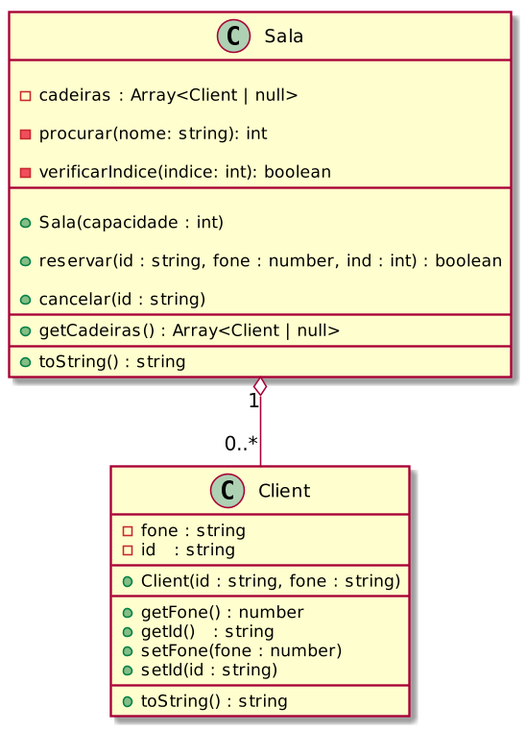
Earlier version of the PlantUML export base/cinema2/diagrama.png (qxcodepoo/arcade).
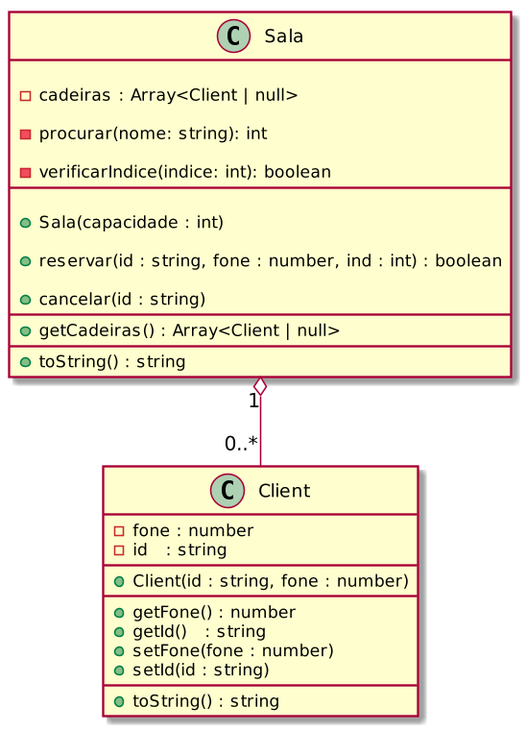
The same diagram one commit later.

Change to the diagram source:
```diff
@@ -4,10 +4,10 @@
 skinparam dpi 150
 
 class Client {
-  - fone : string
+  - fone : number
   - id   : string
   __
-  + Client(id : string, fone : string)
+  + Client(id : string, fone : number)
   __
   + getFone() : number
   + getId()   : string
```
